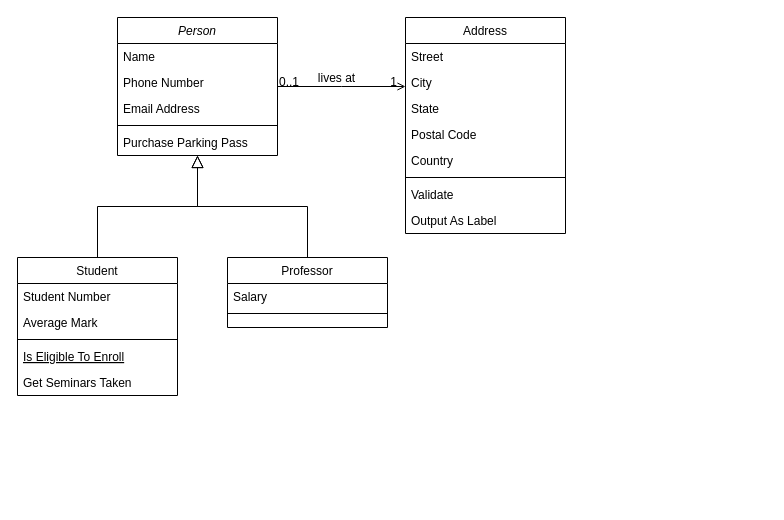
Before: Assets/Untitled Diagram.drawio in NagasawaYuusei/Battle-Run, a draw.io diagram. Source tidied: cells renumbered, new cells numbered last; positions are measured from the earlier drawing's top-left corner, leaving out a move shared by most shapes. Both pictures are drawn from the tidied source at 100%, with x=0, y=0 at pixel (17, 17).
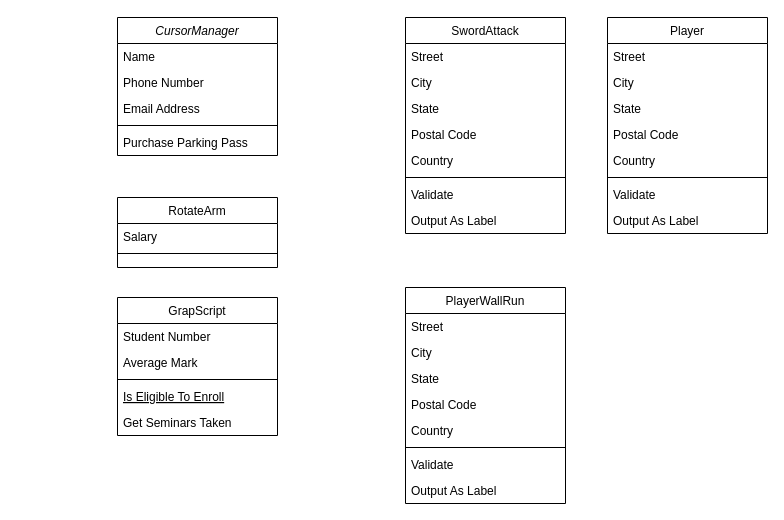
Above is the later version.

The edit, as a diff of the source:
```diff
@@
-    <mxCell id="2" value="Person" style="swimlane;fontStyle=2;align=center;verticalAlign=top;horizontal=1;startSize=26;rounded=0;shadow=0;strokeWidth=1;" parent="1" vertex="1">
+    <mxCell id="2" value="CursorManager" style="swimlane;fontStyle=2;align=center;verticalAlign=top;horizontal=1;startSize=26;rounded=0;shadow=0;strokeWidth=1;" parent="1" vertex="1">
       <mxGeometry x="100" width="160" height="138" as="geometry" />
     </mxCell>
@@
-    <mxCell id="8" value="Student" style="swimlane;fontStyle=0;align=center;verticalAlign=top;horizontal=1;startSize=26;rounded=0;shadow=0;strokeWidth=1;" parent="1" vertex="1">
-      <mxGeometry y="240" width="160" height="138" as="geometry" />
+    <mxCell id="8" value="GrapScript" style="swimlane;fontStyle=0;align=center;verticalAlign=top;horizontal=1;startSize=26;rounded=0;shadow=0;strokeWidth=1;" parent="1" vertex="1">
+      <mxGeometry x="100" y="280" width="160" height="138" as="geometry" />
     </mxCell>
@@
-    <mxCell id="14" style="endArrow=block;endSize=10;endFill=0;shadow=0;strokeWidth=1;rounded=0;edgeStyle=elbowEdgeStyle;elbow=vertical;" parent="1" edge="1" source="8" target="2">
-      <mxGeometry relative="1" as="geometry" />
-    </mxCell>
-    <mxCell id="15" value="Professor" style="swimlane;fontStyle=0;align=center;verticalAlign=top;horizontal=1;startSize=26;rounded=0;shadow=0;strokeWidth=1;" parent="1" vertex="1">
-      <mxGeometry x="210" y="240" width="160" height="70" as="geometry" />
+    <mxCell id="15" value="RotateArm" style="swimlane;fontStyle=0;align=center;verticalAlign=top;horizontal=1;startSize=26;rounded=0;shadow=0;strokeWidth=1;" parent="1" vertex="1">
+      <mxGeometry x="100" y="180" width="160" height="70" as="geometry" />
     </mxCell>
@@
-    <mxCell id="18" style="endArrow=block;endSize=10;endFill=0;shadow=0;strokeWidth=1;rounded=0;edgeStyle=elbowEdgeStyle;elbow=vertical;" parent="1" edge="1" source="15" target="2">
-      <mxGeometry relative="1" as="geometry" />
-    </mxCell>
-    <mxCell id="19" value="Address" style="swimlane;fontStyle=0;align=center;verticalAlign=top;horizontal=1;startSize=26;rounded=0;shadow=0;strokeWidth=1;" parent="1" vertex="1">
+    <mxCell id="19" value="SwordAttack" style="swimlane;fontStyle=0;align=center;verticalAlign=top;horizontal=1;startSize=26;rounded=0;shadow=0;strokeWidth=1;" parent="1" vertex="1">
       <mxGeometry x="388" width="160" height="216" as="geometry" />
     </mxCell>
@@
-    <mxCell id="28" style="endArrow=open;shadow=0;strokeWidth=1;rounded=0;endFill=1;edgeStyle=elbowEdgeStyle;elbow=vertical;" parent="1" edge="1" source="2" target="19">
-      <mxGeometry x="0.5" y="41" relative="1" as="geometry">
-        <mxPoint x="-40" y="32" as="offset" />
-      </mxGeometry>
-    </mxCell>
-    <mxCell id="29" value="0..1" style="align=left;verticalAlign=bottom;labelBackgroundColor=none;fontSize=12;" parent="28" vertex="1">
-      <mxGeometry x="-1" relative="1" as="geometry">
-        <mxPoint y="4" as="offset" />
-      </mxGeometry>
-    </mxCell>
-    <mxCell id="30" value="1" style="align=right;verticalAlign=bottom;labelBackgroundColor=none;fontSize=12;" parent="28" vertex="1">
-      <mxGeometry x="1" relative="1" as="geometry">
-        <mxPoint x="-7" y="4" as="offset" />
-      </mxGeometry>
-    </mxCell>
-    <mxCell id="31" value="lives at" style="text;html=1;align=center;verticalAlign=middle;labelBackgroundColor=none;rounded=0;shadow=0;strokeWidth=1;fontSize=12;" parent="28" vertex="1">
-      <mxGeometry x="0.5" y="49" relative="1" as="geometry">
-        <mxPoint x="-38" y="40" as="offset" />
-      </mxGeometry>
-    </mxCell>
+    <mxCell id="32" value="Player" style="swimlane;fontStyle=0;align=center;verticalAlign=top;horizontal=1;startSize=26;rounded=0;shadow=0;strokeWidth=1;" parent="1" vertex="1">
+      <mxGeometry x="590" width="160" height="216" as="geometry" />
+    </mxCell>
+    <mxCell id="33" value="Street" style="text;align=left;verticalAlign=top;spacingLeft=4;spacingRight=4;overflow=hidden;" parent="32" vertex="1">
+      <mxGeometry y="26" width="160" height="26" as="geometry" />
+    </mxCell>
+    <mxCell id="34" value="City" style="text;align=left;verticalAlign=top;spacingLeft=4;spacingRight=4;overflow=hidden;rounded=0;shadow=0;html=0;" parent="32" vertex="1">
+      <mxGeometry y="52" width="160" height="26" as="geometry" />
+    </mxCell>
+    <mxCell id="35" value="State" style="text;align=left;verticalAlign=top;spacingLeft=4;spacingRight=4;overflow=hidden;rounded=0;shadow=0;html=0;" parent="32" vertex="1">
+      <mxGeometry y="78" width="160" height="26" as="geometry" />
+    </mxCell>
+    <mxCell id="36" value="Postal Code" style="text;align=left;verticalAlign=top;spacingLeft=4;spacingRight=4;overflow=hidden;rounded=0;shadow=0;html=0;" parent="32" vertex="1">
+      <mxGeometry y="104" width="160" height="26" as="geometry" />
+    </mxCell>
+    <mxCell id="37" value="Country" style="text;align=left;verticalAlign=top;spacingLeft=4;spacingRight=4;overflow=hidden;rounded=0;shadow=0;html=0;" parent="32" vertex="1">
+      <mxGeometry y="130" width="160" height="26" as="geometry" />
+    </mxCell>
+    <mxCell id="38" style="line;html=1;strokeWidth=1;align=left;verticalAlign=middle;spacingTop=-1;spacingLeft=3;spacingRight=3;labelPosition=right;" parent="32" vertex="1">
+      <mxGeometry y="156" width="160" height="8" as="geometry" />
+    </mxCell>
+    <mxCell id="39" value="Validate" style="text;align=left;verticalAlign=top;spacingLeft=4;spacingRight=4;overflow=hidden;" parent="32" vertex="1">
+      <mxGeometry y="164" width="160" height="26" as="geometry" />
+    </mxCell>
+    <mxCell id="40" value="Output As Label" style="text;align=left;verticalAlign=top;spacingLeft=4;spacingRight=4;overflow=hidden;" parent="32" vertex="1">
+      <mxGeometry y="190" width="160" height="26" as="geometry" />
+    </mxCell>
+    <mxCell id="41" value="PlayerWallRun" style="swimlane;fontStyle=0;align=center;verticalAlign=top;horizontal=1;startSize=26;rounded=0;shadow=0;strokeWidth=1;" parent="1" vertex="1">
+      <mxGeometry x="388" y="270" width="160" height="216" as="geometry" />
+    </mxCell>
+    <mxCell id="42" value="Street" style="text;align=left;verticalAlign=top;spacingLeft=4;spacingRight=4;overflow=hidden;" parent="41" vertex="1">
+      <mxGeometry y="26" width="160" height="26" as="geometry" />
+    </mxCell>
+    <mxCell id="43" value="City" style="text;align=left;verticalAlign=top;spacingLeft=4;spacingRight=4;overflow=hidden;rounded=0;shadow=0;html=0;" parent="41" vertex="1">
+      <mxGeometry y="52" width="160" height="26" as="geometry" />
+    </mxCell>
+    <mxCell id="44" value="State" style="text;align=left;verticalAlign=top;spacingLeft=4;spacingRight=4;overflow=hidden;rounded=0;shadow=0;html=0;" parent="41" vertex="1">
+      <mxGeometry y="78" width="160" height="26" as="geometry" />
+    </mxCell>
+    <mxCell id="45" value="Postal Code" style="text;align=left;verticalAlign=top;spacingLeft=4;spacingRight=4;overflow=hidden;rounded=0;shadow=0;html=0;" parent="41" vertex="1">
+      <mxGeometry y="104" width="160" height="26" as="geometry" />
+    </mxCell>
+    <mxCell id="46" value="Country" style="text;align=left;verticalAlign=top;spacingLeft=4;spacingRight=4;overflow=hidden;rounded=0;shadow=0;html=0;" parent="41" vertex="1">
+      <mxGeometry y="130" width="160" height="26" as="geometry" />
+    </mxCell>
+    <mxCell id="47" style="line;html=1;strokeWidth=1;align=left;verticalAlign=middle;spacingTop=-1;spacingLeft=3;spacingRight=3;labelPosition=right;" parent="41" vertex="1">
+      <mxGeometry y="156" width="160" height="8" as="geometry" />
+    </mxCell>
+    <mxCell id="48" value="Validate" style="text;align=left;verticalAlign=top;spacingLeft=4;spacingRight=4;overflow=hidden;" parent="41" vertex="1">
+      <mxGeometry y="164" width="160" height="26" as="geometry" />
+    </mxCell>
+    <mxCell id="49" value="Output As Label" style="text;align=left;verticalAlign=top;spacingLeft=4;spacingRight=4;overflow=hidden;" parent="41" vertex="1">
+      <mxGeometry y="190" width="160" height="26" as="geometry" />
+    </mxCell>
```
